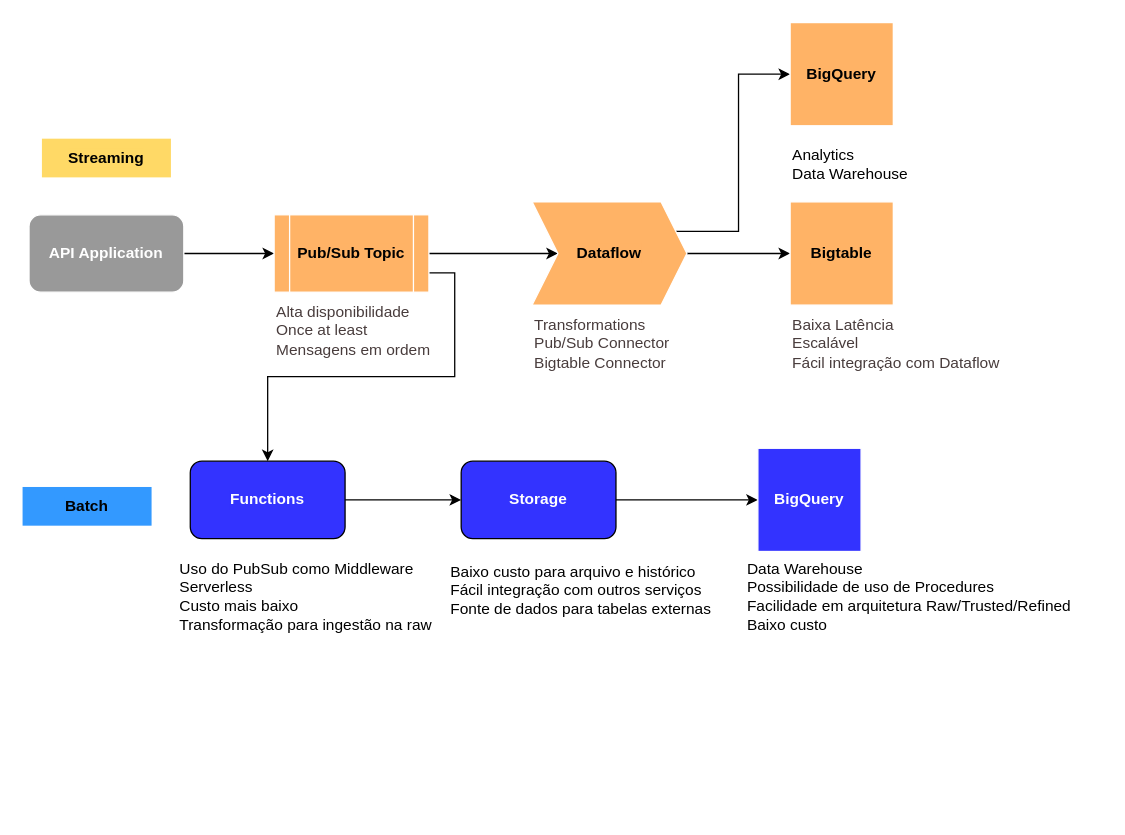
ebraimcarvalho/teste_data_engineer keeps this draw.io diagram as img/arquitetura_data_engineer.drawio. Above is the earlier version. Source tidied: cells renumbered, new cells numbered last; positions are measured from the earlier drawing's top-left corner, leaving out a move shared by most shapes. Both pictures are drawn from the tidied source at 129%, with x=0, y=0 at pixel (22, 22). Pictures stored in the file or linked from it are replaced by grey dashed boxes.
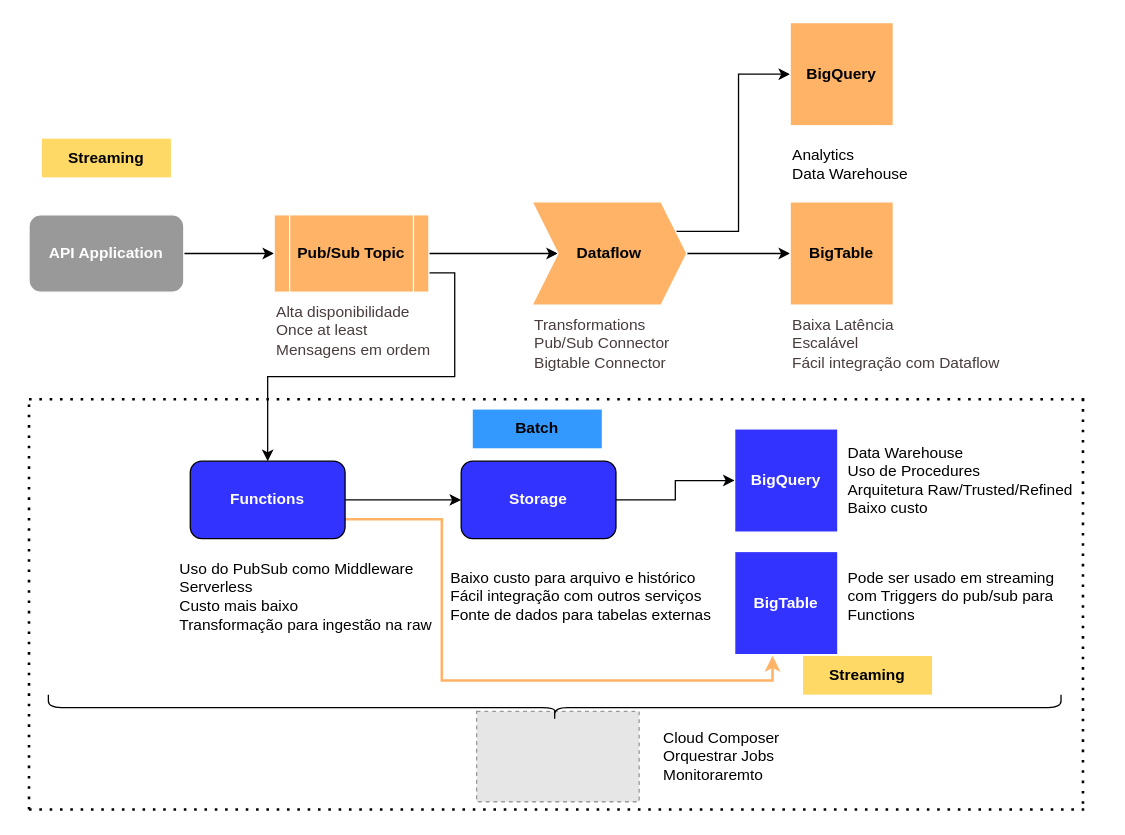
The same page after the edit.

The change refers to these unchanged cells:
```xml
<mxCell id="18" value="Functions" style="rounded=1;whiteSpace=wrap;html=1;labelBackgroundColor=#3333FF;strokeColor=#000000;fontColor=#FFFFFF;fillColor=#3333FF;fontStyle=1;" parent="1" vertex="1">
  <mxGeometry x="130" y="340" width="120" height="60" as="geometry" />
</mxCell>
```

Diff of the diagram source:
```diff
@@
-<mxGraphModel>
+<mxGraphModel background="#ffffff">
@@
-    <mxCell id="10" value="&lt;b&gt;Bigtable&lt;/b&gt;" style="whiteSpace=wrap;html=1;labelBackgroundColor=#FFB366;strokeColor=#FFFFFF;fontColor=#000000;fillColor=#FFB366;" parent="1" vertex="1">
+    <mxCell id="10" value="&lt;b&gt;BigTable&lt;/b&gt;" style="whiteSpace=wrap;html=1;labelBackgroundColor=#FFB366;strokeColor=#FFFFFF;fontColor=#000000;fillColor=#FFB366;" parent="1" vertex="1">
       <mxGeometry x="595" y="139" width="80" height="80" as="geometry" />
     </mxCell>
@@
+    <mxCell id="26" style="edgeStyle=orthogonalEdgeStyle;rounded=0;jettySize=auto;html=1;exitX=1;exitY=0.75;exitDx=0;exitDy=0;entryX=0.367;entryY=1.011;entryDx=0;entryDy=0;entryPerimeter=0;fontColor=#000000;strokeColor=#FFB366;fontStyle=1;strokeWidth=2;" parent="1" edge="1" source="18" target="34">
+      <mxGeometry relative="1" as="geometry">
+        <Array as="points">
+          <mxPoint x="325" y="385" />
+          <mxPoint x="325" y="510" />
+          <mxPoint x="581" y="510" />
+        </Array>
+      </mxGeometry>
+    </mxCell>
@@
     <mxCell id="21" value="&lt;b&gt;&lt;font color=&quot;#ffffff&quot;&gt;BigQuery&lt;/font&gt;&lt;/b&gt;" style="whiteSpace=wrap;html=1;labelBackgroundColor=#3333FF;strokeColor=#FFFFFF;fontColor=#483c3c;fillColor=#3333FF;" parent="1" vertex="1">
-      <mxGeometry x="570" y="330" width="80" height="80" as="geometry" />
+      <mxGeometry x="552" y="315" width="80" height="80" as="geometry" />
     </mxCell>
     <mxCell id="22" value="&lt;b style=&quot;&quot;&gt;Batch&lt;/b&gt;" style="text;html=1;strokeColor=none;fillColor=#3399FF;align=center;verticalAlign=middle;whiteSpace=wrap;rounded=0;labelBackgroundColor=#3399FF;fontColor=#000000;" parent="1" vertex="1">
-      <mxGeometry y="360" width="100" height="30" as="geometry" />
+      <mxGeometry x="349" y="300" width="100" height="30" as="geometry" />
     </mxCell>
@@
     <mxCell id="24" value="Baixo custo para arquivo e histórico&lt;br&gt;Fácil integração com outros serviços&lt;br&gt;Fonte de dados para tabelas externas" style="text;html=1;align=left;verticalAlign=middle;strokeColor=none;fillColor=none;fontColor=#000000;" parent="1" vertex="1">
-      <mxGeometry x="330" y="410" width="230" height="60" as="geometry" />
+      <mxGeometry x="330" y="415" width="230" height="60" as="geometry" />
     </mxCell>
-    <mxCell id="25" value="Data Warehouse&lt;br&gt;Possibilidade de uso de Procedures&lt;br&gt;Facilidade em arquitetura Raw/Trusted/Refined&lt;br&gt;Baixo custo&lt;br&gt;" style="text;html=1;align=left;verticalAlign=middle;strokeColor=none;fillColor=none;fontColor=#000000;" parent="1" vertex="1">
-      <mxGeometry x="560" y="410" width="270" height="70" as="geometry" />
+    <mxCell id="25" value="Data Warehouse&lt;br&gt;Uso de Procedures&lt;br&gt;Arquitetura Raw/Trusted/Refined&lt;br&gt;Baixo custo" style="text;html=1;align=left;verticalAlign=middle;strokeColor=none;fillColor=none;fontColor=#000000;" parent="1" vertex="1">
+      <mxGeometry x="638" y="320" width="200" height="70" as="geometry" />
     </mxCell>
+    <mxCell id="27" style="fillColor=#E6E6E6;strokeColor=#999999;dashed=1;verticalLabelPosition=bottom;labelBackgroundColor=default;verticalAlign=top;" parent="1" vertex="1">
+      <mxGeometry x="352" y="534" width="126" height="70" as="geometry" />
+    </mxCell>
+    <mxCell id="28" value="Cloud Composer&lt;br&gt;Orquestrar Jobs&lt;br&gt;Monitoraremto" style="text;html=1;align=left;verticalAlign=middle;strokeColor=none;fillColor=none;fontColor=#000000;" parent="1" vertex="1">
+      <mxGeometry x="495" y="539" width="110" height="60" as="geometry" />
+    </mxCell>
+    <mxCell id="29" style="endArrow=none;dashed=1;html=1;dashPattern=1 3;strokeWidth=2;rounded=0;fontColor=#000000;" parent="1" edge="1">
+      <mxGeometry relative="1" as="geometry">
+        <mxPoint x="5" y="610" as="sourcePoint" />
+        <mxPoint x="825" y="610" as="targetPoint" />
+      </mxGeometry>
+    </mxCell>
+    <mxCell id="30" style="endArrow=none;dashed=1;html=1;dashPattern=1 3;strokeWidth=2;rounded=0;fontColor=#000000;" parent="1" edge="1">
+      <mxGeometry relative="1" as="geometry">
+        <mxPoint x="5" y="610" as="sourcePoint" />
+        <mxPoint x="5" y="290" as="targetPoint" />
+      </mxGeometry>
+    </mxCell>
+    <mxCell id="31" style="endArrow=none;dashed=1;html=1;dashPattern=1 3;strokeWidth=2;rounded=0;fontColor=#000000;" parent="1" edge="1">
+      <mxGeometry relative="1" as="geometry">
+        <mxPoint x="822" y="605.6" as="sourcePoint" />
+        <mxPoint x="822" y="290" as="targetPoint" />
+      </mxGeometry>
+    </mxCell>
+    <mxCell id="32" style="endArrow=none;dashed=1;html=1;dashPattern=1 3;strokeWidth=2;rounded=0;fontColor=#000000;" parent="1" edge="1">
+      <mxGeometry relative="1" as="geometry">
+        <mxPoint x="5" y="292" as="sourcePoint" />
+        <mxPoint x="825" y="292" as="targetPoint" />
+      </mxGeometry>
+    </mxCell>
+    <mxCell id="33" style="shape=curlyBracket;whiteSpace=wrap;html=1;rounded=1;flipH=1;labelPosition=right;verticalLabelPosition=middle;align=left;verticalAlign=middle;labelBackgroundColor=#FFB366;strokeColor=#000000;fontColor=#000000;fillColor=#FFB366;direction=north;" parent="1" vertex="1">
+      <mxGeometry x="20" y="521" width="785" height="20" as="geometry" />
+    </mxCell>
+    <mxCell id="34" value="&lt;b&gt;&lt;font color=&quot;#ffffff&quot;&gt;BigTable&lt;/font&gt;&lt;/b&gt;" style="whiteSpace=wrap;html=1;labelBackgroundColor=#3333FF;strokeColor=#FFFFFF;fontColor=#483c3c;fillColor=#3333FF;" parent="1" vertex="1">
+      <mxGeometry x="552" y="410" width="80" height="80" as="geometry" />
+    </mxCell>
+    <mxCell id="35" value="Pode ser usado em streaming&lt;br&gt;com Triggers do pub/sub para&lt;br&gt;Functions" style="text;html=1;align=left;verticalAlign=middle;strokeColor=none;fillColor=none;fontColor=#000000;" parent="1" vertex="1">
+      <mxGeometry x="638" y="415" width="180" height="60" as="geometry" />
+    </mxCell>
+    <mxCell id="36" value="&lt;b style=&quot;&quot;&gt;Streaming&lt;/b&gt;" style="text;html=1;strokeColor=none;fillColor=#FFD966;align=center;verticalAlign=middle;whiteSpace=wrap;rounded=0;labelBackgroundColor=#FFD966;fontColor=#000000;" parent="1" vertex="1">
+      <mxGeometry x="605" y="491" width="100" height="30" as="geometry" />
+    </mxCell>
```
